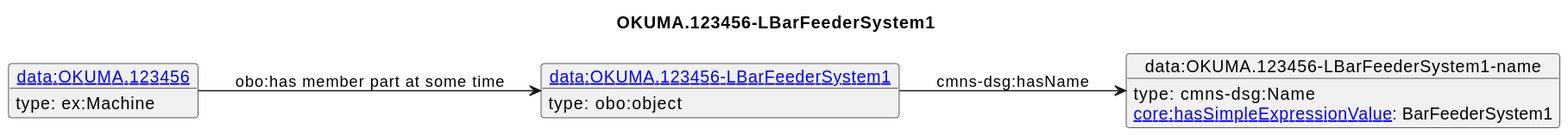
This is diagrams/OKUMA.123456-LBarFeederSystem1.svg from iofoundry/example-syseng-mtconnect, a PlantUML export, as it was before one commit.
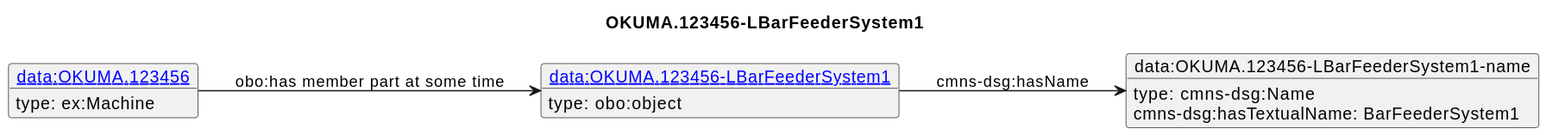
Later version of the same file.

The edit, as a diff of the source:
```diff
@@ -12,6 +12,6 @@
  type: ex:Machine
 }
 o1 --> o2 : cmns-dsg:hasName
-o2 : [[https://spec.industrialontologies.org/ontology/core/Core/hasSimpleExpressionValue core:hasSimpleExpressionValue]]: BarFeederSystem1
+o2 : cmns-dsg:hasTextualName: BarFeederSystem1
 o3 --> o1 : obo:has member part at some time
 @enduml
```
